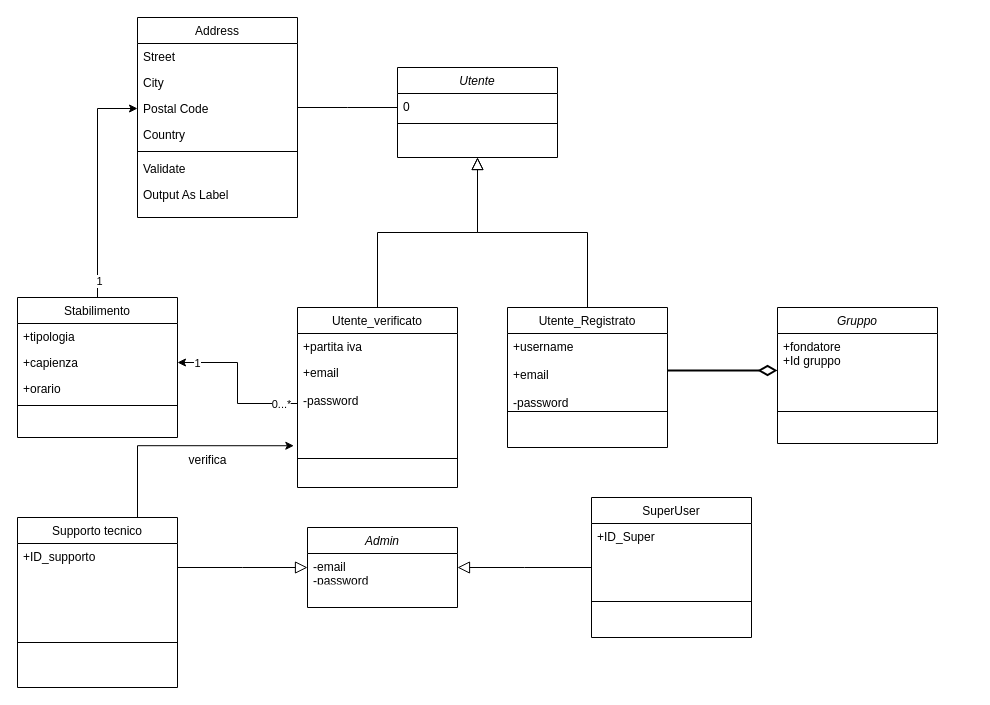
andreapedrini01/Ingegneria-del-Software keeps this draw.io diagram as Class_diagram.drawio. Above is the earlier version. Source tidied: cells renumbered, new cells numbered last; positions are measured from the earlier drawing's top-left corner, leaving out a move shared by most shapes. Both pictures are drawn from the tidied source at 100%, with x=0, y=0 at pixel (17, 17).
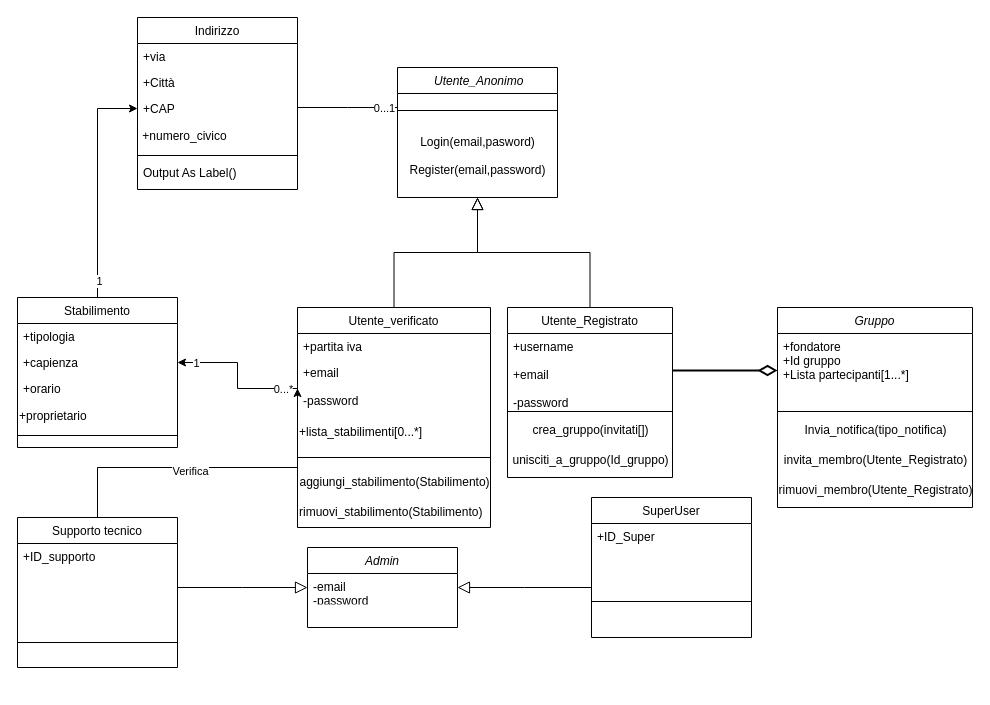
The same diagram, later.

Unchanged cells that the change refers to:
```xml
<mxCell id="22" style="endArrow=none;shadow=0;strokeWidth=1;rounded=0;curved=0;endFill=0;edgeStyle=elbowEdgeStyle;elbow=vertical;" parent="1" edge="1" source="2" target="14">
  <mxGeometry x="0.5" y="41" relative="1" as="geometry">
    <Array as="points">
      <mxPoint x="330" y="90" />
    </Array>
    <mxPoint x="-40" y="32" as="offset" />
  </mxGeometry>
</mxCell>
```

The edit, as a diff of the source:
```diff
@@
-    <mxCell id="2" value="Utente" style="swimlane;fontStyle=2;align=center;verticalAlign=top;horizontal=1;startSize=26;rounded=0;shadow=0;strokeWidth=1;" parent="1" vertex="1">
-      <mxGeometry x="380" y="50" width="160" height="90" as="geometry" />
+    <mxCell id="2" value=" Utente_Anonimo" style="swimlane;fontStyle=2;align=center;verticalAlign=top;horizontal=1;startSize=26;rounded=0;shadow=0;strokeWidth=1;" parent="1" vertex="1">
+      <mxGeometry x="380" y="50" width="160" height="130" as="geometry" />
     </mxCell>
-    <mxCell id="3" value="0" style="text;align=left;verticalAlign=top;spacingLeft=4;spacingRight=4;overflow=hidden;" parent="2" vertex="1">
-      <mxGeometry y="26" width="160" height="26" as="geometry" />
-    </mxCell>
     <mxCell id="4" style="line;html=1;strokeWidth=1;align=left;verticalAlign=middle;spacingTop=-1;spacingLeft=3;spacingRight=3;labelPosition=right;" parent="2" vertex="1">
-      <mxGeometry y="52" width="160" height="8" as="geometry" />
+      <mxGeometry y="26" width="160" height="34" as="geometry" />
     </mxCell>
+    <mxCell id="50" value="Login(email,pasword)" style="text;html=1;align=center;verticalAlign=middle;strokeColor=none;fillColor=none;" parent="2" vertex="1">
+      <mxGeometry y="60" width="160" height="30" as="geometry" />
+    </mxCell>
+    <mxCell id="51" value="&lt;div&gt;Register(email,password)&lt;/div&gt;&lt;div&gt;&lt;br&gt;&lt;/div&gt;" style="text;html=1;align=center;verticalAlign=middle;strokeColor=none;fillColor=none;" parent="2" vertex="1">
+      <mxGeometry y="90" width="160" height="40" as="geometry" />
+    </mxCell>
     <mxCell id="5" value="Utente_verificato" style="swimlane;fontStyle=0;align=center;verticalAlign=top;horizontal=1;startSize=26;rounded=0;shadow=0;strokeWidth=1;" parent="1" vertex="1">
-      <mxGeometry x="280" y="290" width="160" height="180" as="geometry" />
+      <mxGeometry x="280" y="290" width="193" height="220" as="geometry" />
     </mxCell>
     <mxCell id="6" value="+partita iva" style="text;align=left;verticalAlign=top;spacingLeft=4;spacingRight=4;overflow=hidden;" parent="5" vertex="1">
-      <mxGeometry y="26" width="160" height="26" as="geometry" />
+      <mxGeometry y="26" width="193" height="26" as="geometry" />
     </mxCell>
     <mxCell id="7" value="+email&#10;&#10;-password&#10;&#10;&#10;" style="text;align=left;verticalAlign=top;spacingLeft=4;spacingRight=4;overflow=hidden;points=[[0,0.5],[1,0.5]];portConstraint=eastwest;rounded=0;shadow=0;html=0;" parent="5" vertex="1">
-      <mxGeometry y="52" width="160" height="88" as="geometry" />
+      <mxGeometry y="52" width="193" height="58" as="geometry" />
     </mxCell>
+    <mxCell id="52" value="&lt;div align=&quot;left&quot;&gt;+lista_stabilimenti[0...*]&lt;br&gt;&lt;/div&gt;" style="text;html=1;align=left;verticalAlign=middle;strokeColor=none;fillColor=none;" parent="5" vertex="1">
+      <mxGeometry y="110" width="193" height="30" as="geometry" />
+    </mxCell>
     <mxCell id="8" style="line;html=1;strokeWidth=1;align=left;verticalAlign=middle;spacingTop=-1;spacingLeft=3;spacingRight=3;labelPosition=right;" parent="5" vertex="1">
-      <mxGeometry y="140" width="160" height="22" as="geometry" />
+      <mxGeometry y="140" width="193" height="20" as="geometry" />
     </mxCell>
+    <mxCell id="53" value="aggiungi_stabilimento(Stabilimento)" style="text;html=1;align=center;verticalAlign=middle;strokeColor=none;fillColor=none;" parent="5" vertex="1">
+      <mxGeometry y="160" width="193" height="30" as="geometry" />
+    </mxCell>
+    <mxCell id="54" value="rimuovi_stabilimento(Stabilimento)" style="text;html=1;align=left;verticalAlign=middle;strokeColor=none;fillColor=none;" parent="5" vertex="1">
+      <mxGeometry y="190" width="193" height="30" as="geometry" />
+    </mxCell>
@@
     <mxCell id="10" value="Utente_Registrato&#10;" style="swimlane;fontStyle=0;align=center;verticalAlign=top;horizontal=1;startSize=26;rounded=0;shadow=0;strokeWidth=1;" parent="1" vertex="1">
-      <mxGeometry x="490" y="290" width="160" height="140" as="geometry" />
+      <mxGeometry x="490" y="290" width="165" height="170" as="geometry" />
     </mxCell>
     <mxCell id="11" value="+username&#10;&#10;+email&#10;&#10;-password&#10;" style="text;align=left;verticalAlign=top;spacingLeft=4;spacingRight=4;overflow=hidden;points=[[0,0.5],[1,0.5]];portConstraint=eastwest;" parent="10" vertex="1">
-      <mxGeometry y="26" width="160" height="74" as="geometry" />
+      <mxGeometry y="26" width="165" height="74" as="geometry" />
     </mxCell>
     <mxCell id="12" style="line;html=1;strokeWidth=1;align=left;verticalAlign=middle;spacingTop=-1;spacingLeft=3;spacingRight=3;labelPosition=right;" parent="10" vertex="1">
-      <mxGeometry y="100" width="160" height="8" as="geometry" />
+      <mxGeometry y="100" width="165" height="8" as="geometry" />
     </mxCell>
+    <mxCell id="55" value="&lt;div&gt;crea_gruppo(invitati[])&lt;/div&gt;" style="text;html=1;align=center;verticalAlign=middle;strokeColor=none;fillColor=none;" parent="10" vertex="1">
+      <mxGeometry y="108" width="165" height="30" as="geometry" />
+    </mxCell>
+    <mxCell id="56" value="unisciti_a_gruppo(Id_gruppo)" style="text;html=1;align=center;verticalAlign=middle;strokeColor=none;fillColor=none;" parent="10" vertex="1">
+      <mxGeometry y="138" width="165" height="30" as="geometry" />
+    </mxCell>
@@
-    <mxCell id="14" value="Address" style="swimlane;fontStyle=0;align=center;verticalAlign=top;horizontal=1;startSize=26;rounded=0;shadow=0;strokeWidth=1;" parent="1" vertex="1">
-      <mxGeometry x="120" width="160" height="200" as="geometry" />
+    <mxCell id="14" value="Indirizzo" style="swimlane;fontStyle=0;align=center;verticalAlign=top;horizontal=1;startSize=26;rounded=0;shadow=0;strokeWidth=1;" parent="1" vertex="1">
+      <mxGeometry x="120" width="160" height="172" as="geometry" />
     </mxCell>
-    <mxCell id="15" value="Street" style="text;align=left;verticalAlign=top;spacingLeft=4;spacingRight=4;overflow=hidden;" parent="14" vertex="1">
+    <mxCell id="15" value="+via" style="text;align=left;verticalAlign=top;spacingLeft=4;spacingRight=4;overflow=hidden;" parent="14" vertex="1">
       <mxGeometry y="26" width="160" height="26" as="geometry" />
     </mxCell>
-    <mxCell id="16" value="City" style="text;align=left;verticalAlign=top;spacingLeft=4;spacingRight=4;overflow=hidden;rounded=0;shadow=0;html=0;" parent="14" vertex="1">
+    <mxCell id="16" value="+Città" style="text;align=left;verticalAlign=top;spacingLeft=4;spacingRight=4;overflow=hidden;rounded=0;shadow=0;html=0;" parent="14" vertex="1">
       <mxGeometry y="52" width="160" height="26" as="geometry" />
     </mxCell>
-    <mxCell id="17" value="Postal Code" style="text;align=left;verticalAlign=top;spacingLeft=4;spacingRight=4;overflow=hidden;points=[[0,0.5],[1,0.5]];portConstraint=eastwest;rounded=0;shadow=0;html=0;" parent="14" vertex="1">
+    <mxCell id="17" value="+CAP" style="text;align=left;verticalAlign=top;spacingLeft=4;spacingRight=4;overflow=hidden;points=[[0,0.5],[1,0.5]];portConstraint=eastwest;rounded=0;shadow=0;html=0;" parent="14" vertex="1">
       <mxGeometry y="78" width="160" height="26" as="geometry" />
     </mxCell>
-    <mxCell id="18" value="Country" style="text;align=left;verticalAlign=top;spacingLeft=4;spacingRight=4;overflow=hidden;rounded=0;shadow=0;html=0;" parent="14" vertex="1">
-      <mxGeometry y="104" width="160" height="26" as="geometry" />
-    </mxCell>
+    <mxCell id="57" value="&lt;div align=&quot;left&quot;&gt;&amp;nbsp;+numero_civico&lt;br&gt;&lt;/div&gt;" style="text;html=1;align=left;verticalAlign=middle;strokeColor=none;fillColor=none;" parent="14" vertex="1">
+      <mxGeometry y="104" width="160" height="30" as="geometry" />
+    </mxCell>
     <mxCell id="19" style="line;html=1;strokeWidth=1;align=left;verticalAlign=middle;spacingTop=-1;spacingLeft=3;spacingRight=3;labelPosition=right;" parent="14" vertex="1">
-      <mxGeometry y="130" width="160" height="8" as="geometry" />
+      <mxGeometry y="134" width="160" height="8" as="geometry" />
     </mxCell>
-    <mxCell id="20" value="Validate" style="text;align=left;verticalAlign=top;spacingLeft=4;spacingRight=4;overflow=hidden;" parent="14" vertex="1">
-      <mxGeometry y="138" width="160" height="26" as="geometry" />
-    </mxCell>
-    <mxCell id="21" value="Output As Label" style="text;align=left;verticalAlign=top;spacingLeft=4;spacingRight=4;overflow=hidden;" parent="14" vertex="1">
-      <mxGeometry y="164" width="160" height="26" as="geometry" />
+    <mxCell id="21" value="Output As Label()" style="text;align=left;verticalAlign=top;spacingLeft=4;spacingRight=4;overflow=hidden;" parent="14" vertex="1">
+      <mxGeometry y="142" width="160" height="30" as="geometry" />
     </mxCell>
@@
+    <mxCell id="58" value="0...1" style="edgeLabel;html=1;align=center;verticalAlign=middle;" parent="22" vertex="1">
+      <mxGeometry x="-0.72" relative="1" as="geometry" />
+    </mxCell>
     <mxCell id="23" value="Gruppo" style="swimlane;fontStyle=2;align=center;verticalAlign=top;horizontal=1;startSize=26;rounded=0;shadow=0;strokeWidth=1;" parent="1" vertex="1">
-      <mxGeometry x="760" y="290" width="160" height="136" as="geometry" />
+      <mxGeometry x="760" y="290" width="195" height="200" as="geometry" />
     </mxCell>
-    <mxCell id="24" value="+fondatore&#10;+Id gruppo&#10;" style="text;align=left;verticalAlign=top;spacingLeft=4;spacingRight=4;overflow=hidden;points=[[0,0.5],[1,0.5]];portConstraint=eastwest;" parent="23" vertex="1">
-      <mxGeometry y="26" width="160" height="74" as="geometry" />
+    <mxCell id="24" value="+fondatore&#10;+Id gruppo&#10;+Lista partecipanti[1...*]&#10;" style="text;align=left;verticalAlign=top;spacingLeft=4;spacingRight=4;overflow=hidden;points=[[0,0.5],[1,0.5]];portConstraint=eastwest;" parent="23" vertex="1">
+      <mxGeometry y="26" width="195" height="74" as="geometry" />
     </mxCell>
     <mxCell id="25" style="line;html=1;strokeWidth=1;align=left;verticalAlign=middle;spacingTop=-1;spacingLeft=3;spacingRight=3;labelPosition=right;" parent="23" vertex="1">
-      <mxGeometry y="100" width="160" height="8" as="geometry" />
+      <mxGeometry y="100" width="195" height="8" as="geometry" />
     </mxCell>
+    <mxCell id="59" value="Invia_notifica(tipo_notifica)" style="text;html=1;align=center;verticalAlign=middle;strokeColor=none;fillColor=none;" parent="23" vertex="1">
+      <mxGeometry y="108" width="195" height="30" as="geometry" />
+    </mxCell>
+    <mxCell id="60" value="invita_membro(Utente_Registrato)" style="text;html=1;align=center;verticalAlign=middle;strokeColor=none;fillColor=none;" parent="23" vertex="1">
+      <mxGeometry y="138" width="195" height="30" as="geometry" />
+    </mxCell>
+    <mxCell id="61" value="rimuovi_membro(Utente_Registrato)" style="text;html=1;align=center;verticalAlign=middle;strokeColor=none;fillColor=none;" parent="23" vertex="1">
+      <mxGeometry y="168" width="195" height="30" as="geometry" />
+    </mxCell>
@@
     <mxCell id="29" value="Stabilimento" style="swimlane;fontStyle=0;align=center;verticalAlign=top;horizontal=1;startSize=26;rounded=0;shadow=0;strokeWidth=1;" parent="1" vertex="1">
-      <mxGeometry y="280" width="160" height="140" as="geometry" />
+      <mxGeometry y="280" width="160" height="150" as="geometry" />
     </mxCell>
@@
+    <mxCell id="62" value="&lt;div align=&quot;left&quot;&gt;+proprietario&lt;/div&gt;" style="text;html=1;align=left;verticalAlign=middle;strokeColor=none;fillColor=none;" parent="29" vertex="1">
+      <mxGeometry y="104" width="160" height="30" as="geometry" />
+    </mxCell>
     <mxCell id="33" style="line;html=1;strokeWidth=1;align=left;verticalAlign=middle;spacingTop=-1;spacingLeft=3;spacingRight=3;labelPosition=right;" parent="29" vertex="1">
-      <mxGeometry y="104" width="160" height="8" as="geometry" />
+      <mxGeometry y="134" width="160" height="8" as="geometry" />
     </mxCell>
@@
     <mxCell id="37" value="Admin" style="swimlane;fontStyle=2;align=center;verticalAlign=top;horizontal=1;startSize=26;rounded=0;shadow=0;strokeWidth=1;" parent="1" vertex="1">
-      <mxGeometry x="290" y="510" width="150" height="80" as="geometry" />
+      <mxGeometry x="290" y="530" width="150" height="80" as="geometry" />
     </mxCell>
@@
     <mxCell id="40" value="Supporto tecnico" style="swimlane;fontStyle=0;align=center;verticalAlign=top;horizontal=1;startSize=26;rounded=0;shadow=0;strokeWidth=1;" parent="1" vertex="1">
-      <mxGeometry y="500" width="160" height="170" as="geometry" />
+      <mxGeometry y="500" width="160" height="150" as="geometry" />
     </mxCell>
@@
-    <mxCell id="48" style="edgeStyle=orthogonalEdgeStyle;rounded=0;jettySize=auto;html=1;exitX=0.75;exitY=0;exitDx=0;exitDy=0;entryX=-0.023;entryY=0.98;entryDx=0;entryDy=0;entryPerimeter=0;" parent="1" edge="1" source="40" target="7">
-      <mxGeometry relative="1" as="geometry" />
+    <mxCell id="48" style="edgeStyle=orthogonalEdgeStyle;rounded=0;jettySize=auto;html=1;exitX=0.75;exitY=0;exitDx=0;exitDy=0;entryX=0;entryY=0.5;entryDx=0;entryDy=0;" parent="1" edge="1" source="40" target="7">
+      <mxGeometry relative="1" as="geometry">
+        <Array as="points">
+          <mxPoint x="80" y="500" />
+          <mxPoint x="80" y="450" />
+          <mxPoint x="280" y="450" />
+        </Array>
+      </mxGeometry>
     </mxCell>
-    <mxCell id="49" value="verifica" style="text;html=1;align=center;verticalAlign=middle;strokeColor=none;fillColor=none;" parent="1" vertex="1">
-      <mxGeometry x="160" y="428" width="60" height="30" as="geometry" />
-    </mxCell>
+    <mxCell id="63" value="Verifica" style="edgeLabel;html=1;align=center;verticalAlign=middle;" parent="48" vertex="1">
+      <mxGeometry x="-0.01" y="-3" relative="1" as="geometry" />
+    </mxCell>
```
